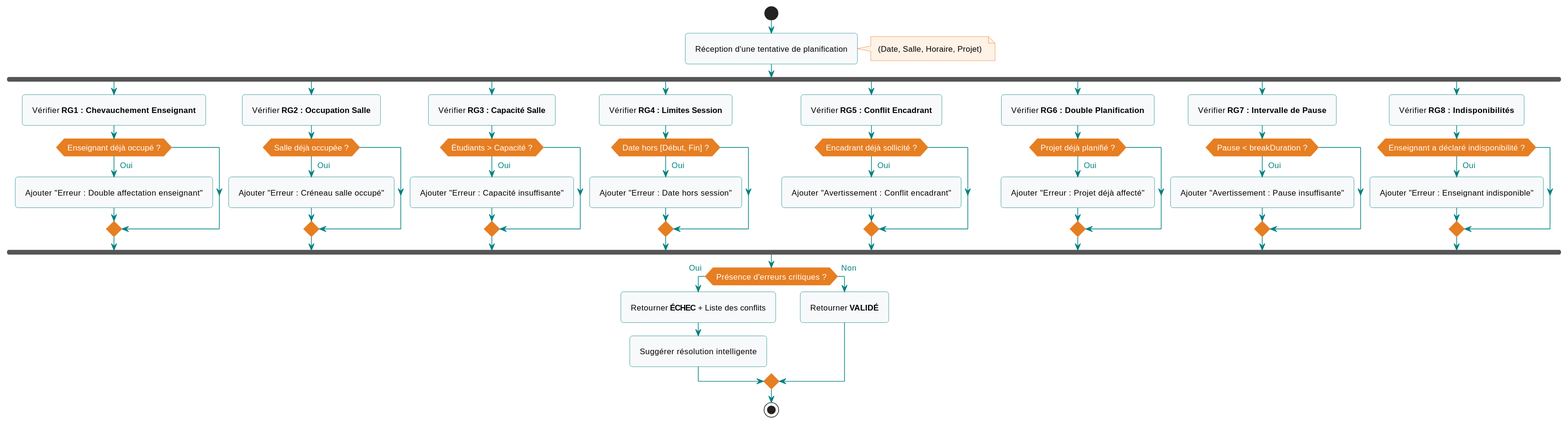
This is diagrams/svg/act_conflict_logic.svg from abdelaziz-ebourki/system-gestion-soutenance-docs, a PlantUML export, as it was before one commit.
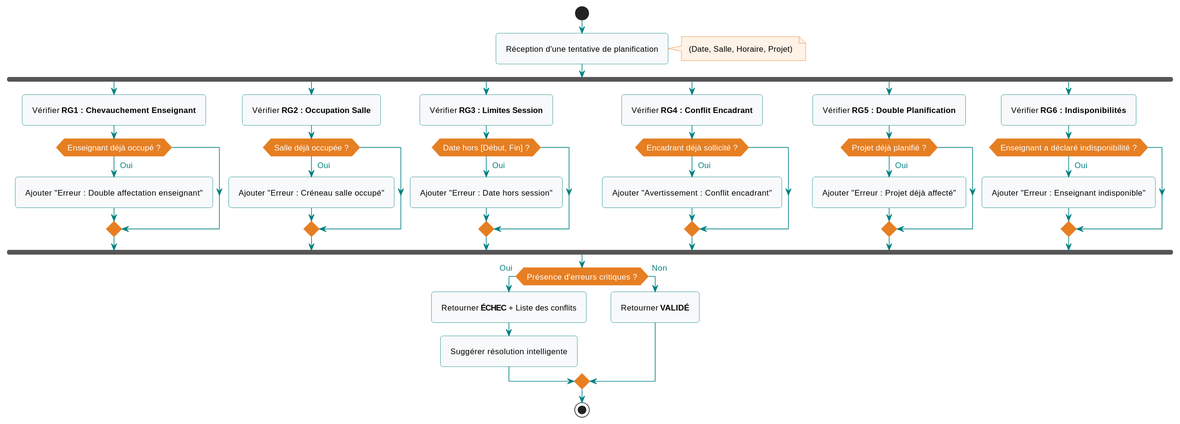
After the change.

Commit message:
docs: unify conflict rules to RG1-RG6, remove redundant room capacity and break violation

Diff of the diagram source:
```diff
@@ -16,32 +16,22 @@
     :Ajouter "Erreur : Créneau salle occupé";
   endif
 fork again
-  :Vérifier **RG3 : Capacité Salle**;
-  if (Étudiants > Capacité ?) then (Oui)
-    :Ajouter "Erreur : Capacité insuffisante";
-  endif
-fork again
-  :Vérifier **RG4 : Limites Session**;
+  :Vérifier **RG3 : Limites Session**;
   if (Date hors [Début, Fin] ?) then (Oui)
     :Ajouter "Erreur : Date hors session";
   endif
 fork again
-  :Vérifier **RG5 : Conflit Encadrant**;
+  :Vérifier **RG4 : Conflit Encadrant**;
   if (Encadrant déjà sollicité ?) then (Oui)
     :Ajouter "Avertissement : Conflit encadrant";
   endif
 fork again
-  :Vérifier **RG6 : Double Planification**;
+  :Vérifier **RG5 : Double Planification**;
   if (Projet déjà planifié ?) then (Oui)
     :Ajouter "Erreur : Projet déjà affecté";
   endif
 fork again
-  :Vérifier **RG7 : Intervalle de Pause**;
-  if (Pause < breakDuration ?) then (Oui)
-    :Ajouter "Avertissement : Pause insuffisante";
-  endif
-fork again
-  :Vérifier **RG8 : Indisponibilités**;
+  :Vérifier **RG6 : Indisponibilités**;
   if (Enseignant a déclaré indisponibilité ?) then (Oui)
     :Ajouter "Erreur : Enseignant indisponible";
   endif
```
